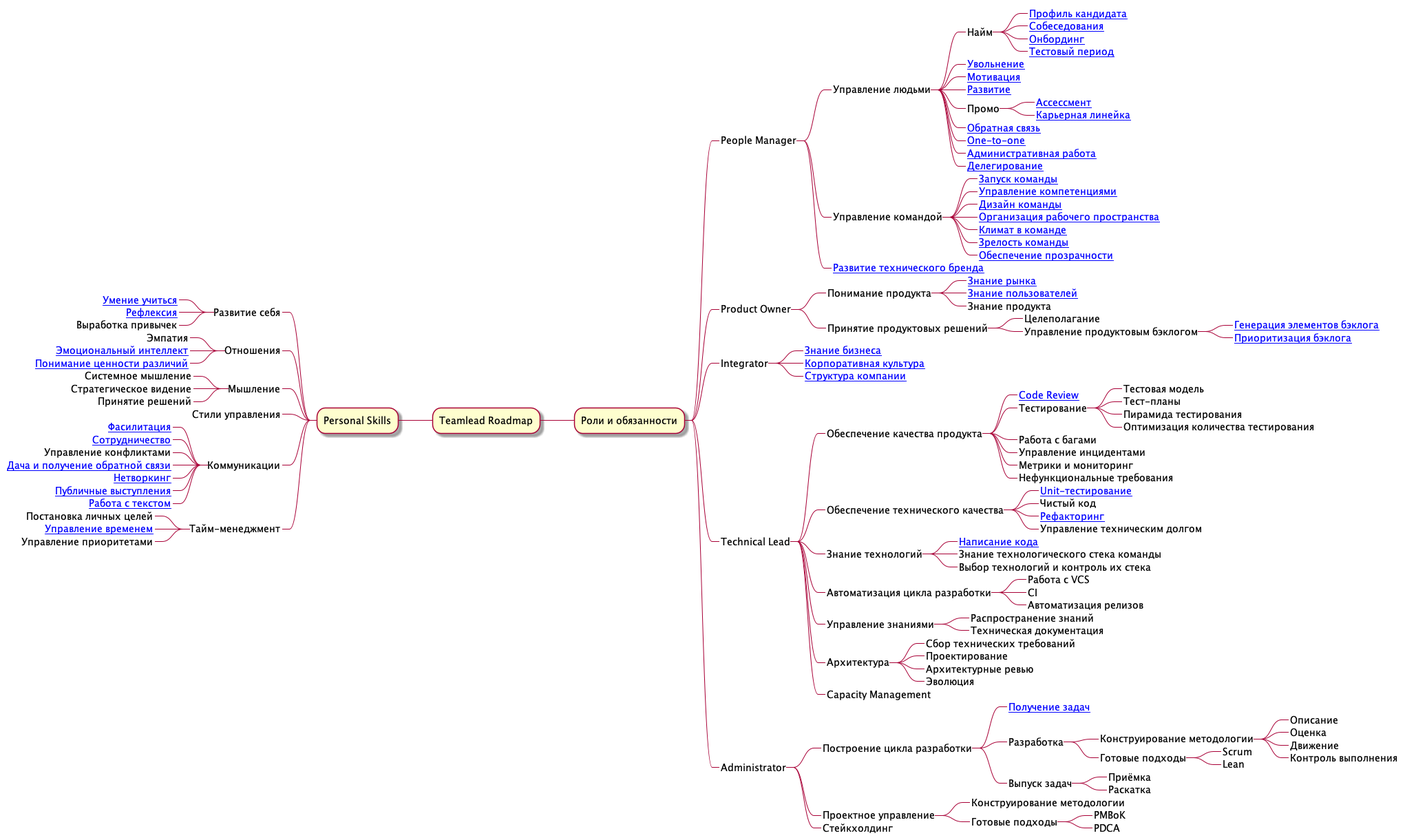
The PlantUML diagram roadmap.png in tlbootcamp/tlroadmap, before a commit.
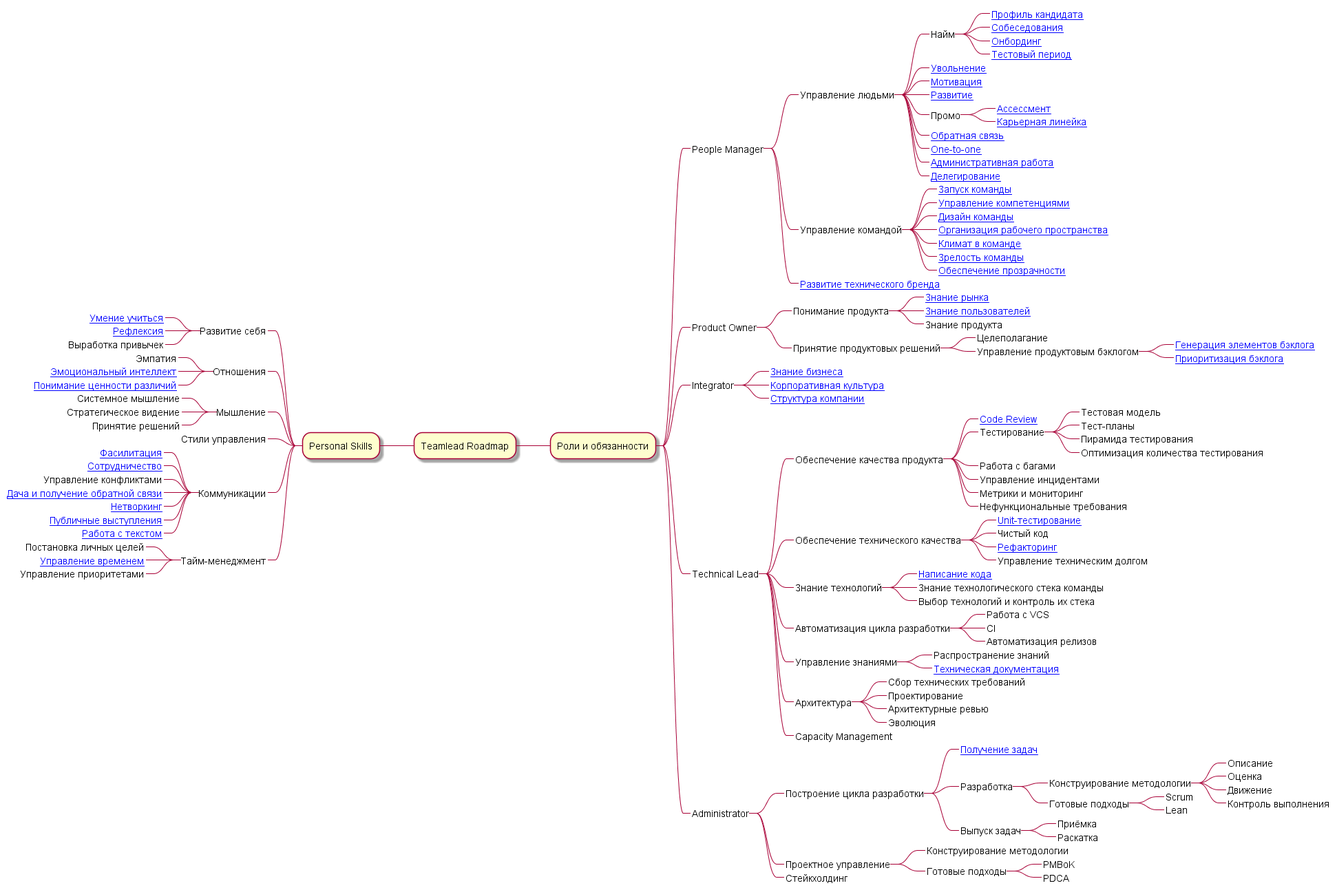
After the change.

The edit, as a diff of the source:
```diff
@@ -68,7 +68,7 @@
 *****_ Автоматизация релизов
 ****_ Управление знаниями
 *****_ Распространение знаний
-*****_ Техническая документация
+*****_ [[https://github.com/tlbootcamp/tlroadmap/blob/master/skills/technical-lead/technical-docs.md Техническая документация]]
 ****_ Архитектура
 *****_ Сбор технических требований
 *****_ Проектирование
```
